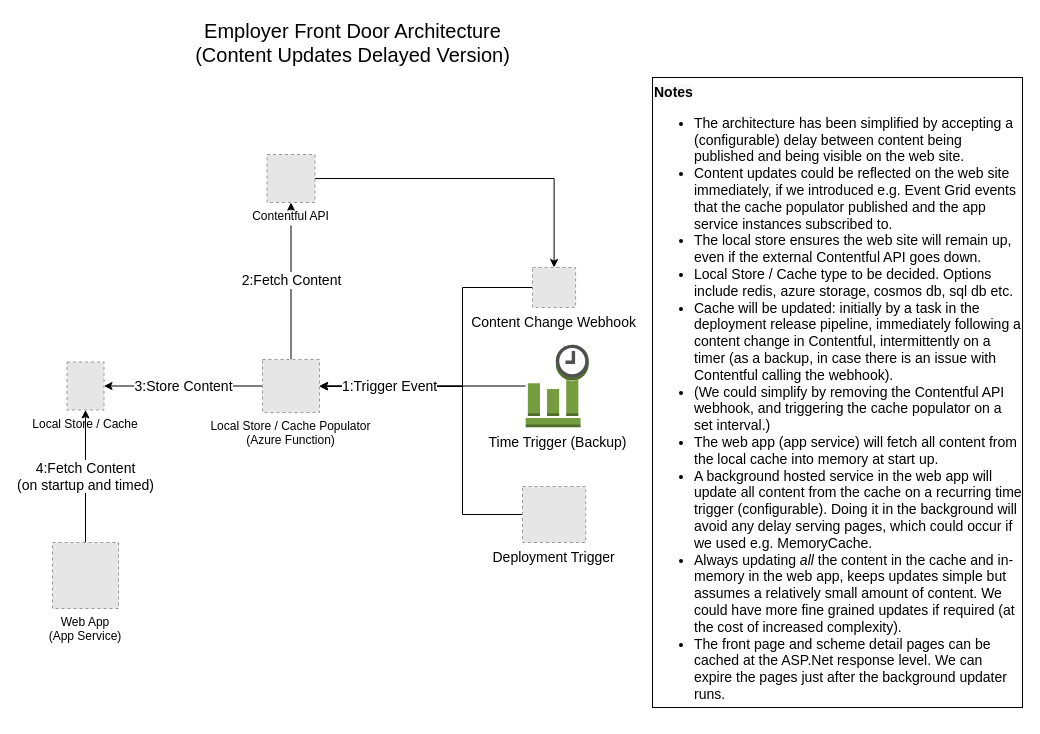
Before: Front Door Arch Update Delay.drawio in lazcool/EmployerFrontDoor, a draw.io diagram. Source tidied: cells renumbered, new cells numbered last; positions are measured from the earlier drawing's top-left corner, leaving out a move shared by most shapes. Both pictures are drawn from the tidied source at 100%, with x=0, y=0 at pixel (52, 17). Pictures stored in the file or linked from it are replaced by grey dashed boxes.
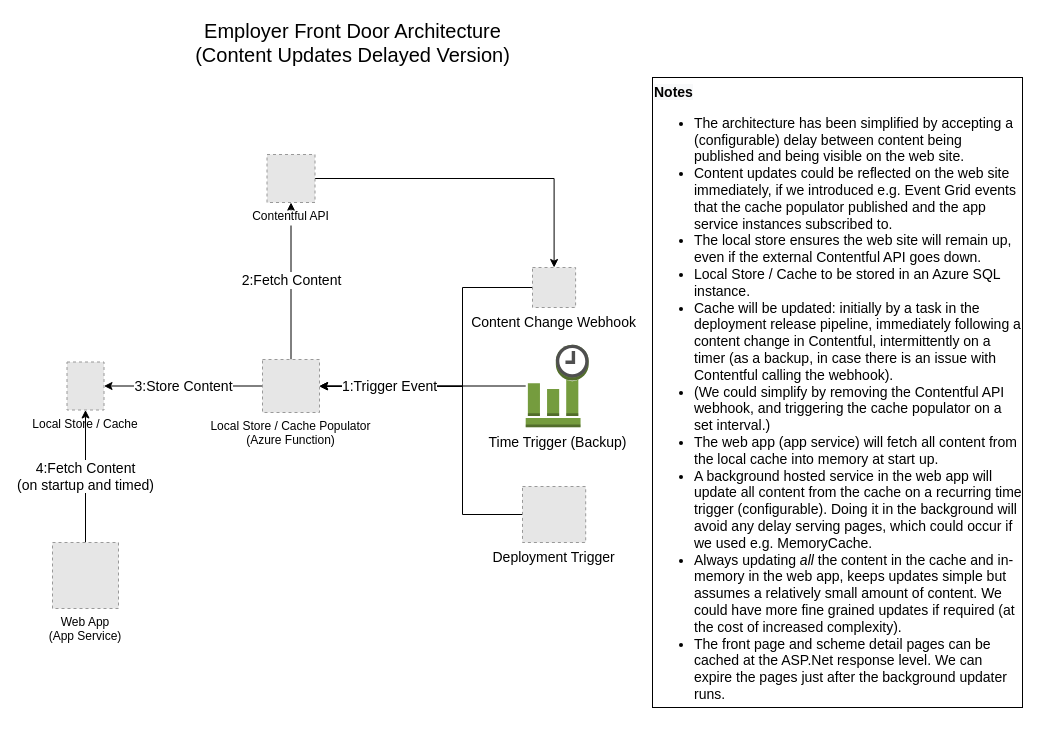
The same diagram, later.

The edit, as a diff of the source:
```diff
@@
-    <mxCell id="11" value="&lt;span style=&quot;color: rgb(0 , 0 , 0) ; font-family: &amp;#34;helvetica&amp;#34; ; font-size: 14px ; letter-spacing: normal ; text-align: left ; text-indent: 0px ; text-transform: none ; word-spacing: 0px ; background-color: rgb(248 , 249 , 250)&quot;&gt;&lt;b style=&quot;font-style: normal&quot;&gt;Notes&lt;/b&gt;&lt;br&gt;&lt;ul&gt;&lt;li style=&quot;font-style: normal&quot;&gt;&lt;span style=&quot;font-family: &amp;#34;helvetica&amp;#34;&quot;&gt;The architecture has been simplified by accepting a (configurable) delay between content being published and being visible on the web site.&lt;/span&gt;&lt;/li&gt;&lt;li style=&quot;font-style: normal&quot;&gt;&lt;span style=&quot;font-family: &amp;#34;helvetica&amp;#34;&quot;&gt;Content updates could be reflected on the web site immediately, if we introduced e.g. Event Grid events that the cache populator published and the app service instances subscribed to.&lt;/span&gt;&lt;/li&gt;&lt;li style=&quot;font-style: normal&quot;&gt;&lt;span style=&quot;font-family: &amp;#34;helvetica&amp;#34;&quot;&gt;The local store ensures the web site will remain up, even if the external Contentful API goes down.&lt;/span&gt;&lt;/li&gt;&lt;li style=&quot;font-style: normal&quot;&gt;Local Store / Cache type to be decided. Options include redis, azure storage, cosmos db, sql db etc.&lt;/li&gt;&lt;li style=&quot;font-style: normal&quot;&gt;Cache will be updated: initially by a task in the deployment release pipeline, immediately following a content change in Contentful, intermittently on a timer (as a backup, in case there is an issue with Contentful calling the webhook).&lt;br&gt;&lt;/li&gt;&lt;li style=&quot;font-style: normal&quot;&gt;(We could simplify by removing the Contentful API webhook, and triggering the cache populator on a set interval.)&lt;/li&gt;&lt;li style=&quot;font-style: normal&quot;&gt;The web app (app service) will fetch all content from the local cache into memory at start up.&lt;/li&gt;&lt;li style=&quot;font-style: normal&quot;&gt;A background hosted service in the web app will update all content from the cache on a recurring time trigger (configurable). Doing it in the background will avoid any delay serving pages, which could occur if we used e.g. MemoryCache.&lt;/li&gt;&lt;li&gt;Always updating &lt;i&gt;all &lt;/i&gt;the content in the cache and in-memory in the web app, keeps updates simple but assumes a relatively small amount of content. We could have more fine grained updates if required (at the cost of increased complexity).&lt;/li&gt;&lt;li style=&quot;font-style: normal&quot;&gt;The front page and scheme detail pages can be cached at the ASP.Net response level. We can expire the pages just after the background updater runs.&lt;/li&gt;&lt;/ul&gt;&lt;/span&gt;" style="rounded=0;whiteSpace=wrap;html=1;fontSize=14;align=left;verticalAlign=top;" parent="1" vertex="1">
+    <mxCell id="11" value="&lt;span style=&quot;color: rgb(0 , 0 , 0) ; font-family: &amp;#34;helvetica&amp;#34; ; font-size: 14px ; letter-spacing: normal ; text-align: left ; text-indent: 0px ; text-transform: none ; word-spacing: 0px ; background-color: rgb(248 , 249 , 250)&quot;&gt;&lt;b style=&quot;font-style: normal&quot;&gt;Notes&lt;/b&gt;&lt;br&gt;&lt;ul&gt;&lt;li style=&quot;font-style: normal&quot;&gt;&lt;span style=&quot;font-family: &amp;#34;helvetica&amp;#34;&quot;&gt;The architecture has been simplified by accepting a (configurable) delay between content being published and being visible on the web site.&lt;/span&gt;&lt;/li&gt;&lt;li style=&quot;font-style: normal&quot;&gt;&lt;span style=&quot;font-family: &amp;#34;helvetica&amp;#34;&quot;&gt;Content updates could be reflected on the web site immediately, if we introduced e.g. Event Grid events that the cache populator published and the app service instances subscribed to.&lt;/span&gt;&lt;/li&gt;&lt;li style=&quot;font-style: normal&quot;&gt;&lt;span style=&quot;font-family: &amp;#34;helvetica&amp;#34;&quot;&gt;The local store ensures the web site will remain up, even if the external Contentful API goes down.&lt;/span&gt;&lt;/li&gt;&lt;li style=&quot;font-style: normal&quot;&gt;Local Store / Cache to be stored in an Azure SQL instance.&lt;/li&gt;&lt;li style=&quot;font-style: normal&quot;&gt;Cache will be updated: initially by a task in the deployment release pipeline, immediately following a content change in Contentful, intermittently on a timer (as a backup, in case there is an issue with Contentful calling the webhook).&lt;br&gt;&lt;/li&gt;&lt;li style=&quot;font-style: normal&quot;&gt;(We could simplify by removing the Contentful API webhook, and triggering the cache populator on a set interval.)&lt;/li&gt;&lt;li style=&quot;font-style: normal&quot;&gt;The web app (app service) will fetch all content from the local cache into memory at start up.&lt;/li&gt;&lt;li style=&quot;font-style: normal&quot;&gt;A background hosted service in the web app will update all content from the cache on a recurring time trigger (configurable). Doing it in the background will avoid any delay serving pages, which could occur if we used e.g. MemoryCache.&lt;/li&gt;&lt;li&gt;Always updating &lt;i&gt;all &lt;/i&gt;the content in the cache and in-memory in the web app, keeps updates simple but assumes a relatively small amount of content. We could have more fine grained updates if required (at the cost of increased complexity).&lt;/li&gt;&lt;li style=&quot;font-style: normal&quot;&gt;The front page and scheme detail pages can be cached at the ASP.Net response level. We can expire the pages just after the background updater runs.&lt;/li&gt;&lt;/ul&gt;&lt;/span&gt;" style="rounded=0;whiteSpace=wrap;html=1;fontSize=14;align=left;verticalAlign=top;" parent="1" vertex="1">
       <mxGeometry x="600" y="60" width="370" height="630" as="geometry" />
     </mxCell>
```
